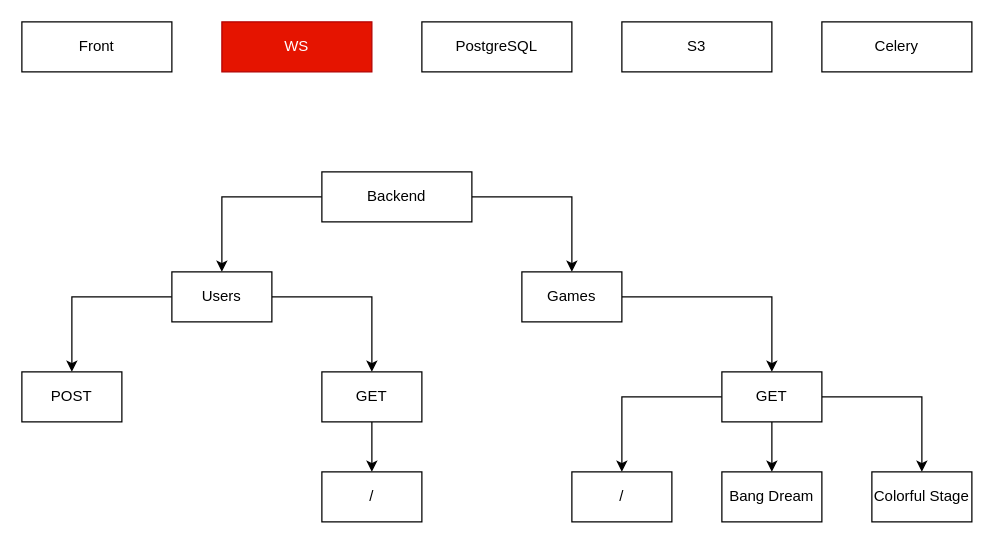
Earlier version of the draw.io diagram page "Overview" (1 of 2) of data/Diagram.drawio (aintp3d0/GameProfile). Source tidied: cells renumbered, new cells numbered last; positions are measured from the earlier drawing's top-left corner, leaving out a move shared by most shapes. Both pictures are drawn from the tidied source at 125%, with x=0, y=0 at pixel (21, 21).
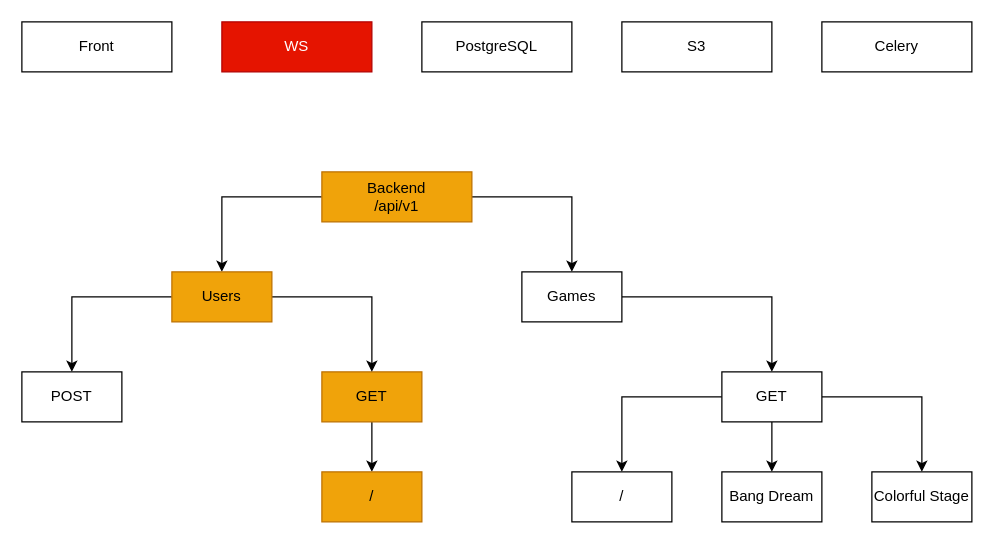
The same page after the edit.

Commit message (it also covers changes not shown here):
Backend: Add api routes example

The edit, as a diff of the source:
```diff
@@
-    <mxCell id="4" value="&lt;div&gt;Backend&lt;/div&gt;" style="rounded=0;whiteSpace=wrap;html=1;" parent="1" vertex="1">
+    <mxCell id="4" value="&lt;div&gt;Backend&lt;/div&gt;&lt;div&gt;/api/v1&lt;/div&gt;" style="rounded=0;whiteSpace=wrap;html=1;fillColor=#f0a30a;strokeColor=#BD7000;fontColor=#000000;" parent="1" vertex="1">
       <mxGeometry x="240" y="120" width="120" height="40" as="geometry" />
     </mxCell>
@@
-    <mxCell id="11" value="GET" style="whiteSpace=wrap;html=1;rounded=0;" parent="1" vertex="1">
+    <mxCell id="11" value="GET" style="whiteSpace=wrap;html=1;rounded=0;fillColor=#f0a30a;fontColor=#000000;strokeColor=#BD7000;" parent="1" vertex="1">
       <mxGeometry x="240" y="280" width="80" height="40" as="geometry" />
     </mxCell>
-    <mxCell id="12" value="/" style="whiteSpace=wrap;html=1;rounded=0;" parent="1" vertex="1">
+    <mxCell id="12" value="/" style="whiteSpace=wrap;html=1;rounded=0;fillColor=#f0a30a;fontColor=#000000;strokeColor=#BD7000;" parent="1" vertex="1">
       <mxGeometry x="240" y="360" width="80" height="40" as="geometry" />
     </mxCell>
@@
-    <mxCell id="20" value="Users" style="whiteSpace=wrap;html=1;rounded=0;" parent="1" vertex="1">
+    <mxCell id="20" value="Users" style="whiteSpace=wrap;html=1;rounded=0;fillColor=#f0a30a;fontColor=#000000;strokeColor=#BD7000;" parent="1" vertex="1">
       <mxGeometry x="120" y="200" width="80" height="40" as="geometry" />
     </mxCell>
```
